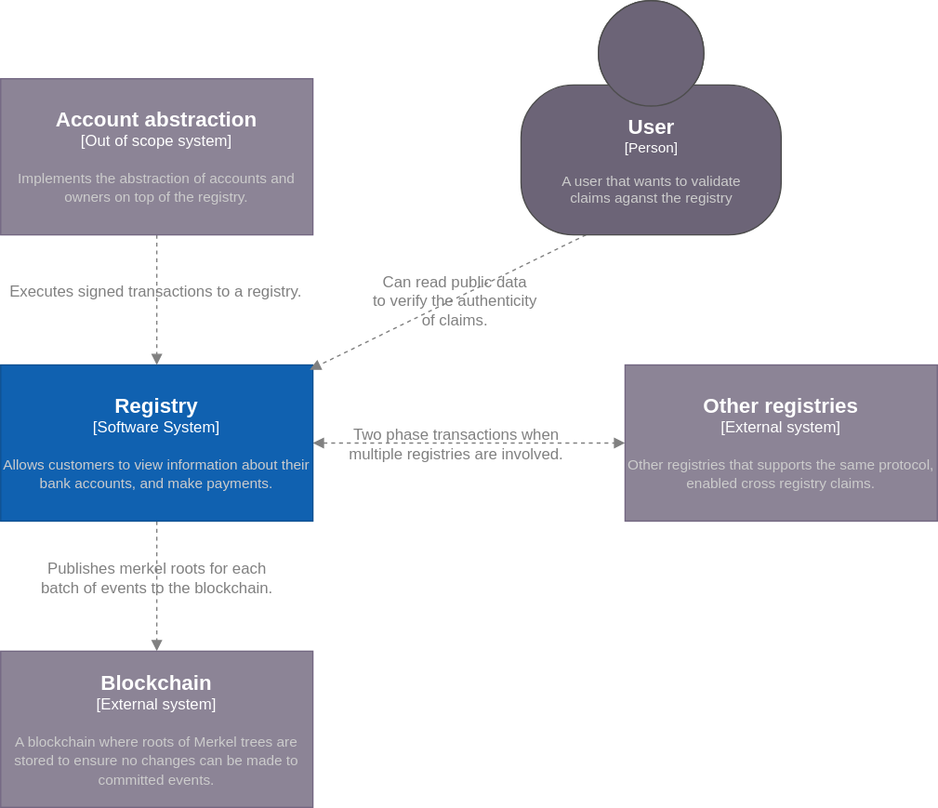
Earlier version of the draw.io export doc/figures/system.drawio.svg (project-origin/registry). Source tidied: cells renumbered, new cells last; positions are measured from the earlier drawing's top-left corner, leaving out a move shared by most shapes. Source of this version:
```xml
<mxGraphModel>
  <root>
    <mxCell id="0" />
    <mxCell id="1" parent="0" />
    <mxCell id="2" style="edgeStyle=none;html=1;entryX=0.5;entryY=0;entryDx=0;entryDy=0;entryPerimeter=0;dashed=1;endArrow=block;endFill=1;rounded=0;fontColor=#808080;strokeColor=#808080;" parent="1" edge="1" source="6" target="7">
      <mxGeometry relative="1" as="geometry" />
    </mxCell>
    <mxCell id="3" value="Publishes merkel roots for each &lt;br&gt;batch of events to the blockchain." style="edgeLabel;html=1;align=center;verticalAlign=middle;fontSize=12;labelBackgroundColor=none;rounded=0;fontColor=#808080;" parent="2" vertex="1">
      <mxGeometry x="-0.14" y="-1" relative="1" as="geometry" />
    </mxCell>
    <mxCell id="4" style="edgeStyle=none;html=1;exitX=1;exitY=0.5;exitDx=0;exitDy=0;exitPerimeter=0;entryX=0;entryY=0.5;entryDx=0;entryDy=0;entryPerimeter=0;dashed=1;startArrow=block;startFill=1;endArrow=block;endFill=1;rounded=0;fontColor=#808080;strokeColor=#808080;" parent="1" edge="1" source="6" target="8">
      <mxGeometry relative="1" as="geometry" />
    </mxCell>
    <mxCell id="5" value="Two phase&amp;nbsp;transactions when &lt;br&gt;multiple registries are involved." style="edgeLabel;html=1;align=center;verticalAlign=middle;fontSize=12;labelBackgroundColor=none;rounded=0;fontColor=#808080;" parent="4" vertex="1">
      <mxGeometry x="-0.09" relative="1" as="geometry" />
    </mxCell>
    <object id="6" label="&lt;font style=&quot;font-size: 16px&quot;&gt;&lt;b&gt;%c4Name%&lt;/b&gt;&lt;/font&gt;&lt;div&gt;[%c4Type%]&lt;/div&gt;&lt;br&gt;&lt;div&gt;&lt;font style=&quot;font-size: 11px&quot;&gt;&lt;font color=&quot;#cccccc&quot;&gt;%c4Description%&lt;/font&gt;&lt;/div&gt;" c4Description="Allows customers to view information about their bank accounts, and make payments." c4Name="Registry" c4Type="Software System" placeholders="1">
      <mxCell style="rounded=0;whiteSpace=wrap;html=1;labelBackgroundColor=none;fillColor=#1061B0;fontColor=#ffffff;align=center;arcSize=10;strokeColor=#0D5091;points=[[0.25,0,0],[0.5,0,0],[0.75,0,0],[1,0.25,0],[1,0.5,0],[1,0.75,0],[0.75,1,0],[0.5,1,0],[0.25,1,0],[0,0.75,0],[0,0.5,0],[0,0.25,0]];" parent="1" vertex="1">
        <mxGeometry y="280" width="240" height="120" as="geometry" />
      </mxCell>
    </object>
    <object id="7" label="&lt;font style=&quot;font-size: 16px&quot;&gt;&lt;b&gt;%c4Name%&lt;/b&gt;&lt;/font&gt;&lt;div&gt;[%c4Type%]&lt;/div&gt;&lt;br&gt;&lt;div&gt;&lt;font style=&quot;font-size: 11px&quot;&gt;&lt;font color=&quot;#cccccc&quot;&gt;%c4Description%&lt;/font&gt;&lt;/div&gt;" c4Description="A blockchain where roots of Merkel trees are stored to ensure no changes can be made to committed events." c4Name="Blockchain" c4Type="External system" placeholders="1">
      <mxCell style="rounded=0;whiteSpace=wrap;html=1;labelBackgroundColor=none;fillColor=#8C8496;fontColor=#ffffff;align=center;arcSize=10;strokeColor=#736782;points=[[0.25,0,0],[0.5,0,0],[0.75,0,0],[1,0.25,0],[1,0.5,0],[1,0.75,0],[0.75,1,0],[0.5,1,0],[0.25,1,0],[0,0.75,0],[0,0.5,0],[0,0.25,0]];" parent="1" vertex="1">
        <mxGeometry y="500" width="240" height="120" as="geometry" />
      </mxCell>
    </object>
    <object id="8" label="&lt;font style=&quot;font-size: 16px&quot;&gt;&lt;b&gt;%c4Name%&lt;/b&gt;&lt;/font&gt;&lt;div&gt;[%c4Type%]&lt;/div&gt;&lt;br&gt;&lt;div&gt;&lt;font style=&quot;font-size: 11px&quot;&gt;&lt;font color=&quot;#cccccc&quot;&gt;%c4Description%&lt;/font&gt;&lt;/div&gt;" c4Description="Other registries that supports the same protocol, enabled cross registry claims." c4Name="Other registries" c4Type="External system" placeholders="1">
      <mxCell style="rounded=0;whiteSpace=wrap;html=1;labelBackgroundColor=none;fillColor=#8C8496;fontColor=#ffffff;align=center;arcSize=10;strokeColor=#736782;points=[[0.25,0,0],[0.5,0,0],[0.75,0,0],[1,0.25,0],[1,0.5,0],[1,0.75,0],[0.75,1,0],[0.5,1,0],[0.25,1,0],[0,0.75,0],[0,0.5,0],[0,0.25,0]];" parent="1" vertex="1">
        <mxGeometry x="480" y="280" width="240" height="120" as="geometry" />
      </mxCell>
    </object>
    <mxCell id="9" style="edgeStyle=none;html=1;entryX=0.5;entryY=0;entryDx=0;entryDy=0;entryPerimeter=0;dashed=1;fontSize=12;endArrow=block;endFill=1;rounded=0;fontColor=#808080;strokeColor=#808080;" parent="1" edge="1" source="11" target="6">
      <mxGeometry relative="1" as="geometry" />
    </mxCell>
    <mxCell id="10" value="Executes signed transactions to a registry." style="edgeLabel;html=1;align=center;verticalAlign=middle;fontSize=12;labelBackgroundColor=none;rounded=0;fontColor=#808080;" parent="9" vertex="1">
      <mxGeometry x="-0.15" y="-2" relative="1" as="geometry" />
    </mxCell>
    <object id="11" label="&lt;font style=&quot;font-size: 16px&quot;&gt;&lt;b&gt;%c4Name%&lt;/b&gt;&lt;/font&gt;&lt;div&gt;[%c4Type%]&lt;/div&gt;&lt;br&gt;&lt;div&gt;&lt;font style=&quot;font-size: 11px&quot;&gt;&lt;font color=&quot;#cccccc&quot;&gt;%c4Description%&lt;/font&gt;&lt;/div&gt;" c4Description="Implements the abstraction of accounts and owners on top of the registry." c4Name="Account abstraction" c4Type="Out of scope system" placeholders="1">
      <mxCell style="rounded=0;whiteSpace=wrap;html=1;labelBackgroundColor=none;fillColor=#8C8496;fontColor=#ffffff;align=center;arcSize=10;strokeColor=#736782;points=[[0.25,0,0],[0.5,0,0],[0.75,0,0],[1,0.25,0],[1,0.5,0],[1,0.75,0],[0.75,1,0],[0.5,1,0],[0.25,1,0],[0,0.75,0],[0,0.5,0],[0,0.25,0]];" parent="1" vertex="1">
        <mxGeometry y="60" width="240" height="120" as="geometry" />
      </mxCell>
    </object>
    <mxCell id="12" style="edgeStyle=none;html=1;entryX=0.99;entryY=0.031;entryDx=0;entryDy=0;entryPerimeter=0;dashed=1;fontSize=12;endArrow=block;endFill=1;exitX=0.25;exitY=1;exitDx=0;exitDy=0;exitPerimeter=0;rounded=0;fontColor=#808080;strokeColor=#808080;" parent="1" edge="1" source="14" target="6">
      <mxGeometry relative="1" as="geometry" />
    </mxCell>
    <mxCell id="13" value="Can read public data&lt;br&gt;to verify the authenticity&lt;br&gt;of claims." style="edgeLabel;html=1;align=center;verticalAlign=middle;fontSize=12;labelBackgroundColor=none;fontColor=#808080;labelBorderColor=none;rounded=0;" parent="12" vertex="1">
      <mxGeometry x="-0.04" y="1" relative="1" as="geometry" />
    </mxCell>
    <object id="14" label="&lt;font style=&quot;font-size: 16px&quot;&gt;&lt;b&gt;%c4Name%&lt;/b&gt;&lt;/font&gt;&lt;div&gt;[%c4Type%]&lt;/div&gt;&lt;br&gt;&lt;div&gt;&lt;font style=&quot;font-size: 11px&quot;&gt;&lt;font color=&quot;#cccccc&quot;&gt;%c4Description%&lt;/font&gt;&lt;/div&gt;" c4Description="A user that wants to validate &#10;claims aganst the registry" c4Name="User" c4Type="Person" placeholders="1">
      <mxCell style="html=1;fontSize=11;dashed=0;whitespace=wrap;fillColor=#6C6477;strokeColor=#4D4D4D;fontColor=#ffffff;shape=mxgraph.c4.person2;align=center;points=[[0.5,0,0],[1,0.5,0],[1,0.75,0],[0.75,1,0],[0.5,1,0],[0.25,1,0],[0,0.75,0],[0,0.5,0]];rounded=0;" parent="1" vertex="1">
        <mxGeometry x="400" width="200" height="180" as="geometry" />
      </mxCell>
    </object>
  </root>
</mxGraphModel>
```
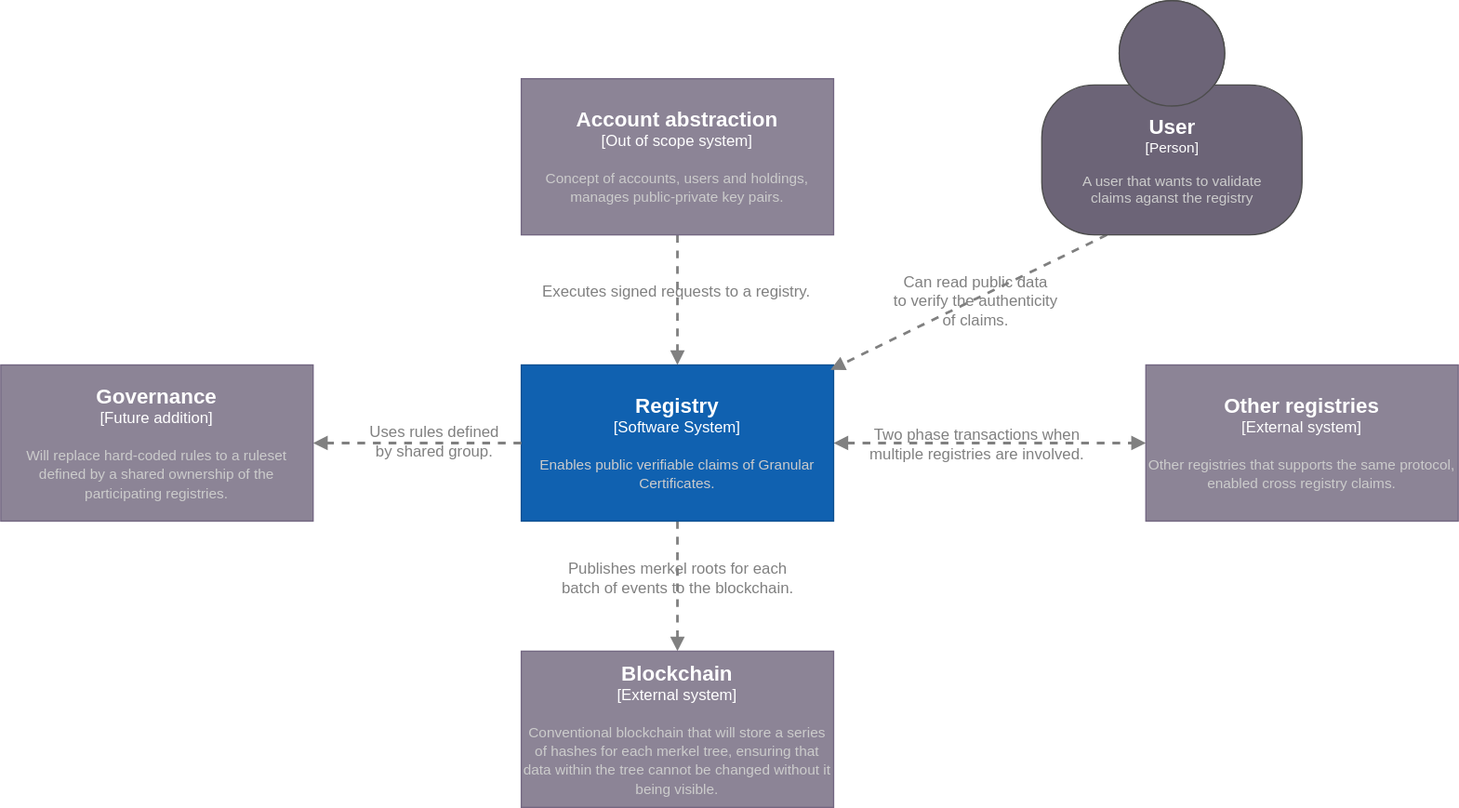
After the change.

What changed in the source:
```diff
@@ -2,24 +2,24 @@
   <root>
     <mxCell id="0" />
     <mxCell id="1" parent="0" />
-    <mxCell id="2" style="edgeStyle=none;html=1;entryX=0.5;entryY=0;entryDx=0;entryDy=0;entryPerimeter=0;dashed=1;endArrow=block;endFill=1;rounded=0;fontColor=#808080;strokeColor=#808080;" parent="1" edge="1" source="6" target="7">
+    <mxCell id="2" style="edgeStyle=none;html=1;entryX=0.5;entryY=0;entryDx=0;entryDy=0;entryPerimeter=0;dashed=1;endArrow=block;endFill=1;rounded=0;fontColor=#808080;strokeColor=#808080;strokeWidth=2;" parent="1" edge="1" source="6" target="7">
       <mxGeometry relative="1" as="geometry" />
     </mxCell>
     <mxCell id="3" value="Publishes merkel roots for each &lt;br&gt;batch of events to the blockchain." style="edgeLabel;html=1;align=center;verticalAlign=middle;fontSize=12;labelBackgroundColor=none;rounded=0;fontColor=#808080;" parent="2" vertex="1">
       <mxGeometry x="-0.14" y="-1" relative="1" as="geometry" />
     </mxCell>
-    <mxCell id="4" style="edgeStyle=none;html=1;exitX=1;exitY=0.5;exitDx=0;exitDy=0;exitPerimeter=0;entryX=0;entryY=0.5;entryDx=0;entryDy=0;entryPerimeter=0;dashed=1;startArrow=block;startFill=1;endArrow=block;endFill=1;rounded=0;fontColor=#808080;strokeColor=#808080;" parent="1" edge="1" source="6" target="8">
+    <mxCell id="4" style="edgeStyle=none;html=1;exitX=1;exitY=0.5;exitDx=0;exitDy=0;exitPerimeter=0;entryX=0;entryY=0.5;entryDx=0;entryDy=0;entryPerimeter=0;dashed=1;startArrow=block;startFill=1;endArrow=block;endFill=1;rounded=0;fontColor=#808080;strokeColor=#808080;strokeWidth=2;" parent="1" edge="1" source="6" target="8">
       <mxGeometry relative="1" as="geometry" />
     </mxCell>
     <mxCell id="5" value="Two phase&amp;nbsp;transactions when &lt;br&gt;multiple registries are involved." style="edgeLabel;html=1;align=center;verticalAlign=middle;fontSize=12;labelBackgroundColor=none;rounded=0;fontColor=#808080;" parent="4" vertex="1">
       <mxGeometry x="-0.09" relative="1" as="geometry" />
     </mxCell>
-    <object id="6" label="&lt;font style=&quot;font-size: 16px&quot;&gt;&lt;b&gt;%c4Name%&lt;/b&gt;&lt;/font&gt;&lt;div&gt;[%c4Type%]&lt;/div&gt;&lt;br&gt;&lt;div&gt;&lt;font style=&quot;font-size: 11px&quot;&gt;&lt;font color=&quot;#cccccc&quot;&gt;%c4Description%&lt;/font&gt;&lt;/div&gt;" c4Description="Allows customers to view information about their bank accounts, and make payments." c4Name="Registry" c4Type="Software System" placeholders="1">
+    <object id="6" label="&lt;font style=&quot;font-size: 16px&quot;&gt;&lt;b&gt;%c4Name%&lt;/b&gt;&lt;/font&gt;&lt;div&gt;[%c4Type%]&lt;/div&gt;&lt;br&gt;&lt;div&gt;&lt;font style=&quot;font-size: 11px&quot;&gt;&lt;font color=&quot;#cccccc&quot;&gt;%c4Description%&lt;/font&gt;&lt;/div&gt;" c4Description="Enables public verifiable claims of Granular Certificates." c4Name="Registry" c4Type="Software System" placeholders="1">
       <mxCell style="rounded=0;whiteSpace=wrap;html=1;labelBackgroundColor=none;fillColor=#1061B0;fontColor=#ffffff;align=center;arcSize=10;strokeColor=#0D5091;points=[[0.25,0,0],[0.5,0,0],[0.75,0,0],[1,0.25,0],[1,0.5,0],[1,0.75,0],[0.75,1,0],[0.5,1,0],[0.25,1,0],[0,0.75,0],[0,0.5,0],[0,0.25,0]];" parent="1" vertex="1">
         <mxGeometry y="280" width="240" height="120" as="geometry" />
       </mxCell>
     </object>
-    <object id="7" label="&lt;font style=&quot;font-size: 16px&quot;&gt;&lt;b&gt;%c4Name%&lt;/b&gt;&lt;/font&gt;&lt;div&gt;[%c4Type%]&lt;/div&gt;&lt;br&gt;&lt;div&gt;&lt;font style=&quot;font-size: 11px&quot;&gt;&lt;font color=&quot;#cccccc&quot;&gt;%c4Description%&lt;/font&gt;&lt;/div&gt;" c4Description="A blockchain where roots of Merkel trees are stored to ensure no changes can be made to committed events." c4Name="Blockchain" c4Type="External system" placeholders="1">
+    <object id="7" label="&lt;font style=&quot;font-size: 16px&quot;&gt;&lt;b&gt;%c4Name%&lt;/b&gt;&lt;/font&gt;&lt;div&gt;[%c4Type%]&lt;/div&gt;&lt;br&gt;&lt;div&gt;&lt;font style=&quot;font-size: 11px&quot;&gt;&lt;font color=&quot;#cccccc&quot;&gt;%c4Description%&lt;/font&gt;&lt;/div&gt;" c4Description="Conventional blockchain that will store a series of hashes for each merkel tree, ensuring that data within the tree cannot be changed without it being visible." c4Name="Blockchain" c4Type="External system" placeholders="1">
       <mxCell style="rounded=0;whiteSpace=wrap;html=1;labelBackgroundColor=none;fillColor=#8C8496;fontColor=#ffffff;align=center;arcSize=10;strokeColor=#736782;points=[[0.25,0,0],[0.5,0,0],[0.75,0,0],[1,0.25,0],[1,0.5,0],[1,0.75,0],[0.75,1,0],[0.5,1,0],[0.25,1,0],[0,0.75,0],[0,0.5,0],[0,0.25,0]];" parent="1" vertex="1">
         <mxGeometry y="500" width="240" height="120" as="geometry" />
       </mxCell>
@@ -29,18 +29,18 @@
         <mxGeometry x="480" y="280" width="240" height="120" as="geometry" />
       </mxCell>
     </object>
-    <mxCell id="9" style="edgeStyle=none;html=1;entryX=0.5;entryY=0;entryDx=0;entryDy=0;entryPerimeter=0;dashed=1;fontSize=12;endArrow=block;endFill=1;rounded=0;fontColor=#808080;strokeColor=#808080;" parent="1" edge="1" source="11" target="6">
+    <mxCell id="9" style="edgeStyle=none;html=1;entryX=0.5;entryY=0;entryDx=0;entryDy=0;entryPerimeter=0;dashed=1;fontSize=12;endArrow=block;endFill=1;rounded=0;fontColor=#808080;strokeColor=#808080;strokeWidth=2;" parent="1" edge="1" source="11" target="6">
       <mxGeometry relative="1" as="geometry" />
     </mxCell>
-    <mxCell id="10" value="Executes signed transactions to a registry." style="edgeLabel;html=1;align=center;verticalAlign=middle;fontSize=12;labelBackgroundColor=none;rounded=0;fontColor=#808080;" parent="9" vertex="1">
+    <mxCell id="10" value="Executes signed requests to a registry." style="edgeLabel;html=1;align=center;verticalAlign=middle;fontSize=12;labelBackgroundColor=none;rounded=0;fontColor=#808080;" parent="9" vertex="1">
       <mxGeometry x="-0.15" y="-2" relative="1" as="geometry" />
     </mxCell>
-    <object id="11" label="&lt;font style=&quot;font-size: 16px&quot;&gt;&lt;b&gt;%c4Name%&lt;/b&gt;&lt;/font&gt;&lt;div&gt;[%c4Type%]&lt;/div&gt;&lt;br&gt;&lt;div&gt;&lt;font style=&quot;font-size: 11px&quot;&gt;&lt;font color=&quot;#cccccc&quot;&gt;%c4Description%&lt;/font&gt;&lt;/div&gt;" c4Description="Implements the abstraction of accounts and owners on top of the registry." c4Name="Account abstraction" c4Type="Out of scope system" placeholders="1">
+    <object id="11" label="&lt;font style=&quot;font-size: 16px&quot;&gt;&lt;b&gt;%c4Name%&lt;/b&gt;&lt;/font&gt;&lt;div&gt;[%c4Type%]&lt;/div&gt;&lt;br&gt;&lt;div&gt;&lt;font style=&quot;font-size: 11px&quot;&gt;&lt;font color=&quot;#cccccc&quot;&gt;%c4Description%&lt;/font&gt;&lt;/div&gt;" c4Description="Concept of accounts, users and holdings, manages public-private key pairs." c4Name="Account abstraction" c4Type="Out of scope system" placeholders="1">
       <mxCell style="rounded=0;whiteSpace=wrap;html=1;labelBackgroundColor=none;fillColor=#8C8496;fontColor=#ffffff;align=center;arcSize=10;strokeColor=#736782;points=[[0.25,0,0],[0.5,0,0],[0.75,0,0],[1,0.25,0],[1,0.5,0],[1,0.75,0],[0.75,1,0],[0.5,1,0],[0.25,1,0],[0,0.75,0],[0,0.5,0],[0,0.25,0]];" parent="1" vertex="1">
         <mxGeometry y="60" width="240" height="120" as="geometry" />
       </mxCell>
     </object>
-    <mxCell id="12" style="edgeStyle=none;html=1;entryX=0.99;entryY=0.031;entryDx=0;entryDy=0;entryPerimeter=0;dashed=1;fontSize=12;endArrow=block;endFill=1;exitX=0.25;exitY=1;exitDx=0;exitDy=0;exitPerimeter=0;rounded=0;fontColor=#808080;strokeColor=#808080;" parent="1" edge="1" source="14" target="6">
+    <mxCell id="12" style="edgeStyle=none;html=1;entryX=0.99;entryY=0.031;entryDx=0;entryDy=0;entryPerimeter=0;dashed=1;fontSize=12;endArrow=block;endFill=1;exitX=0.25;exitY=1;exitDx=0;exitDy=0;exitPerimeter=0;rounded=0;fontColor=#808080;strokeColor=#808080;strokeWidth=2;" parent="1" edge="1" source="14" target="6">
       <mxGeometry relative="1" as="geometry" />
     </mxCell>
     <mxCell id="13" value="Can read public data&lt;br&gt;to verify the authenticity&lt;br&gt;of claims." style="edgeLabel;html=1;align=center;verticalAlign=middle;fontSize=12;labelBackgroundColor=none;fontColor=#808080;labelBorderColor=none;rounded=0;" parent="12" vertex="1">
@@ -51,5 +51,16 @@
         <mxGeometry x="400" width="200" height="180" as="geometry" />
       </mxCell>
     </object>
+    <object id="15" label="&lt;font style=&quot;font-size: 16px&quot;&gt;&lt;b&gt;%c4Name%&lt;/b&gt;&lt;/font&gt;&lt;div&gt;[%c4Type%]&lt;/div&gt;&lt;br&gt;&lt;div&gt;&lt;font style=&quot;font-size: 11px&quot;&gt;&lt;font color=&quot;#cccccc&quot;&gt;%c4Description%&lt;/font&gt;&lt;/div&gt;" c4Description="Will replace hard-coded rules to a ruleset defined by a shared ownership of the participating registries." c4Name="Governance " c4Type="Future addition" placeholders="1">
+      <mxCell style="rounded=0;whiteSpace=wrap;html=1;labelBackgroundColor=none;fillColor=#8C8496;fontColor=#ffffff;align=center;arcSize=10;strokeColor=#736782;points=[[0.25,0,0],[0.5,0,0],[0.75,0,0],[1,0.25,0],[1,0.5,0],[1,0.75,0],[0.75,1,0],[0.5,1,0],[0.25,1,0],[0,0.75,0],[0,0.5,0],[0,0.25,0]];" parent="1" vertex="1">
+        <mxGeometry x="-400" y="280" width="240" height="120" as="geometry" />
+      </mxCell>
+    </object>
+    <mxCell id="16" style="edgeStyle=none;html=1;entryX=1;entryY=0.5;entryDx=0;entryDy=0;entryPerimeter=0;dashed=1;fontSize=12;endArrow=block;endFill=1;rounded=0;fontColor=#808080;strokeColor=#808080;strokeWidth=2;exitX=0;exitY=0.5;exitDx=0;exitDy=0;exitPerimeter=0;" parent="1" edge="1" source="6" target="15">
+      <mxGeometry relative="1" as="geometry" />
+    </mxCell>
+    <mxCell id="17" value="Uses rules defined&lt;br&gt;by shared group." style="edgeLabel;html=1;align=center;verticalAlign=middle;fontSize=12;labelBackgroundColor=none;rounded=0;fontColor=#808080;" parent="16" vertex="1">
+      <mxGeometry x="-0.15" y="-2" relative="1" as="geometry" />
+    </mxCell>
   </root>
 </mxGraphModel>
```
